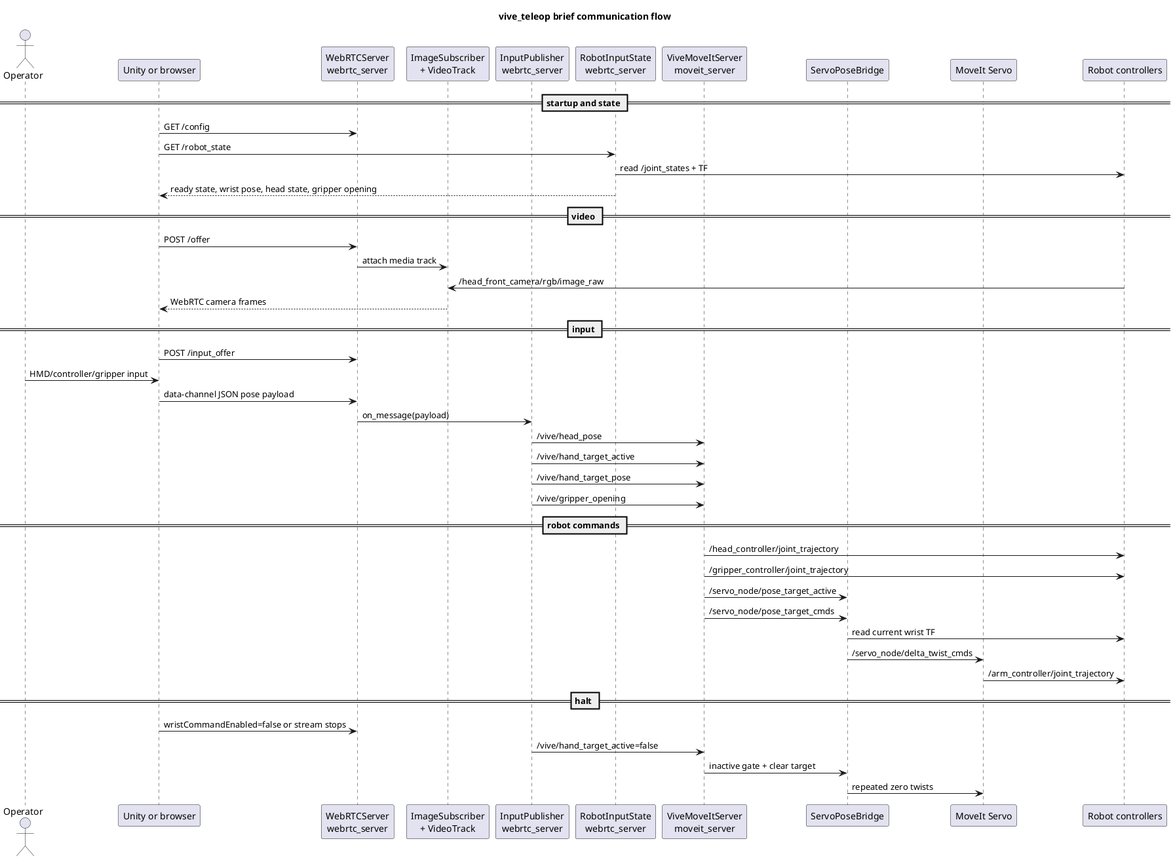
ichores-research/vive_teleop keeps this PlantUML diagram as docs/architecture/communication/data-flow.png. Above is the earlier version.
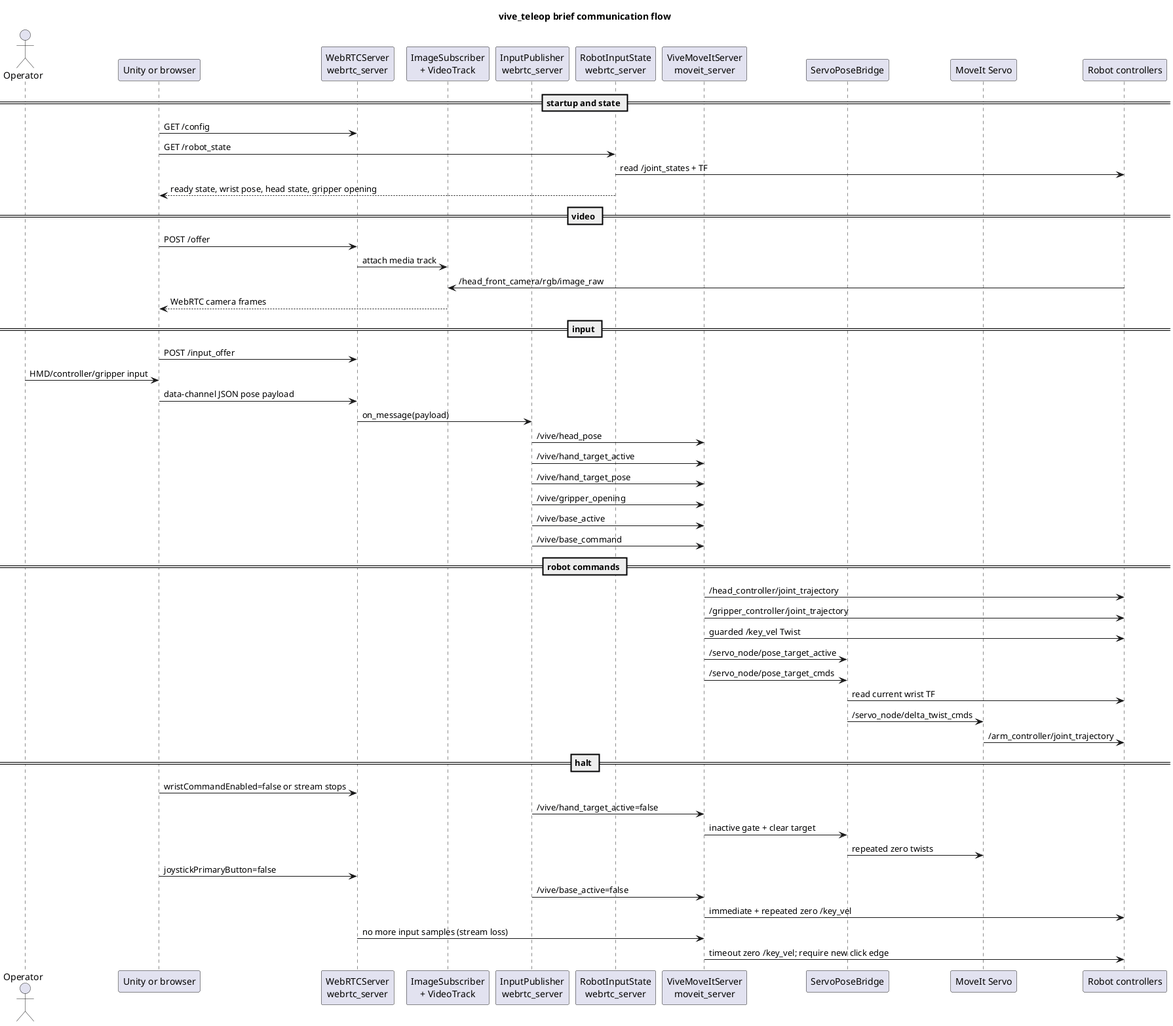
The same file after the commit.

The edit, as a diff of the source:
```diff
@@ -1,4 +1,5 @@
 @startuml
+!pragma layout smetana
 title vive_teleop brief communication flow
 
 skinparam shadowing false
@@ -36,10 +37,13 @@
 Input -> Teleop : /vive/hand_target_active
 Input -> Teleop : /vive/hand_target_pose
 Input -> Teleop : /vive/gripper_opening
+Input -> Teleop : /vive/base_active
+Input -> Teleop : /vive/base_command
 
 == robot commands ==
 Teleop -> Robot : /head_controller/joint_trajectory
 Teleop -> Robot : /gripper_controller/joint_trajectory
+Teleop -> Robot : guarded /key_vel Twist
 Teleop -> Bridge : /servo_node/pose_target_active
 Teleop -> Bridge : /servo_node/pose_target_cmds
 Bridge -> Robot : read current wrist TF
@@ -52,4 +56,10 @@
 Teleop -> Bridge : inactive gate + clear target
 Bridge -> Servo : repeated zero twists
 
+Client -> Server : joystickPrimaryButton=false
+Input -> Teleop : /vive/base_active=false
+Teleop -> Robot : immediate + repeated zero /key_vel
+Server -> Teleop : no more input samples (stream loss)
+Teleop -> Robot : timeout zero /key_vel; require new click edge
+
 @enduml
```
